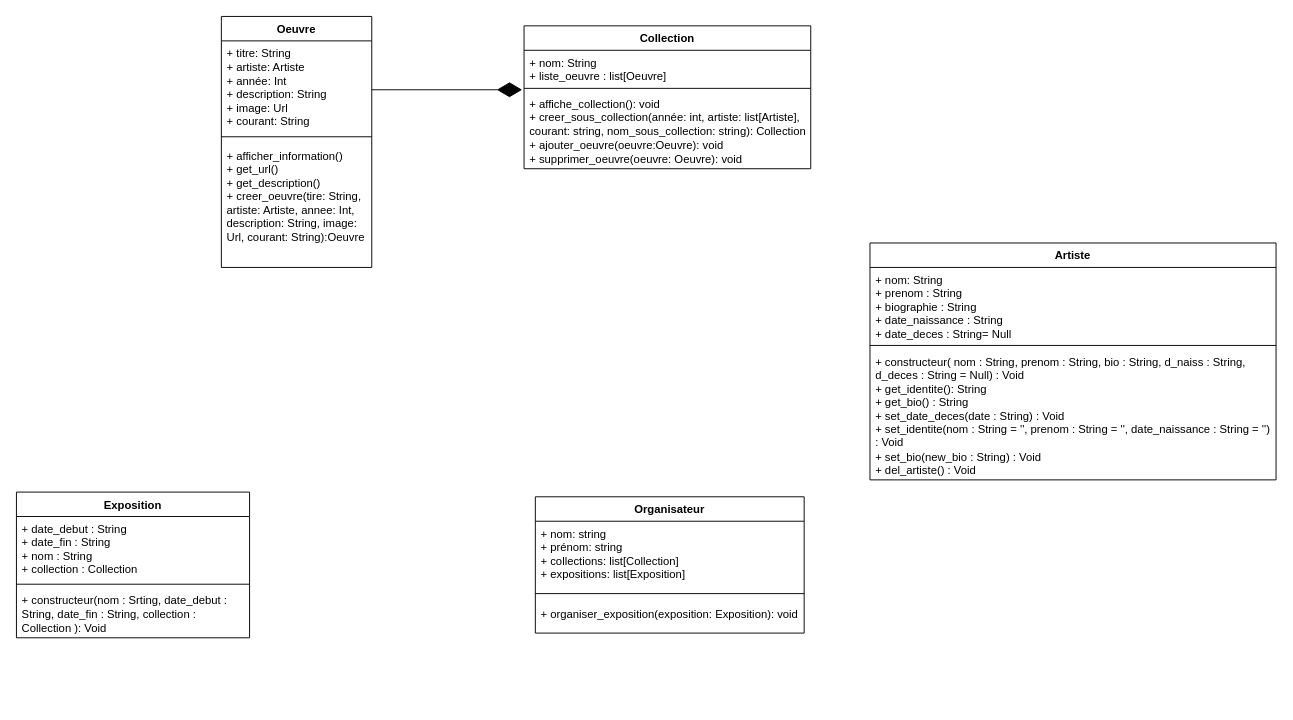
Before: artefile_uml.drawio in akbarNz/projet_dev_ba2, a draw.io diagram. Source tidied: cells renumbered, new cells numbered last; positions are measured from the earlier drawing's top-left corner, leaving out a move shared by most shapes. Both pictures are drawn from the tidied source at 94%, with x=0, y=0 at pixel (16, 16).
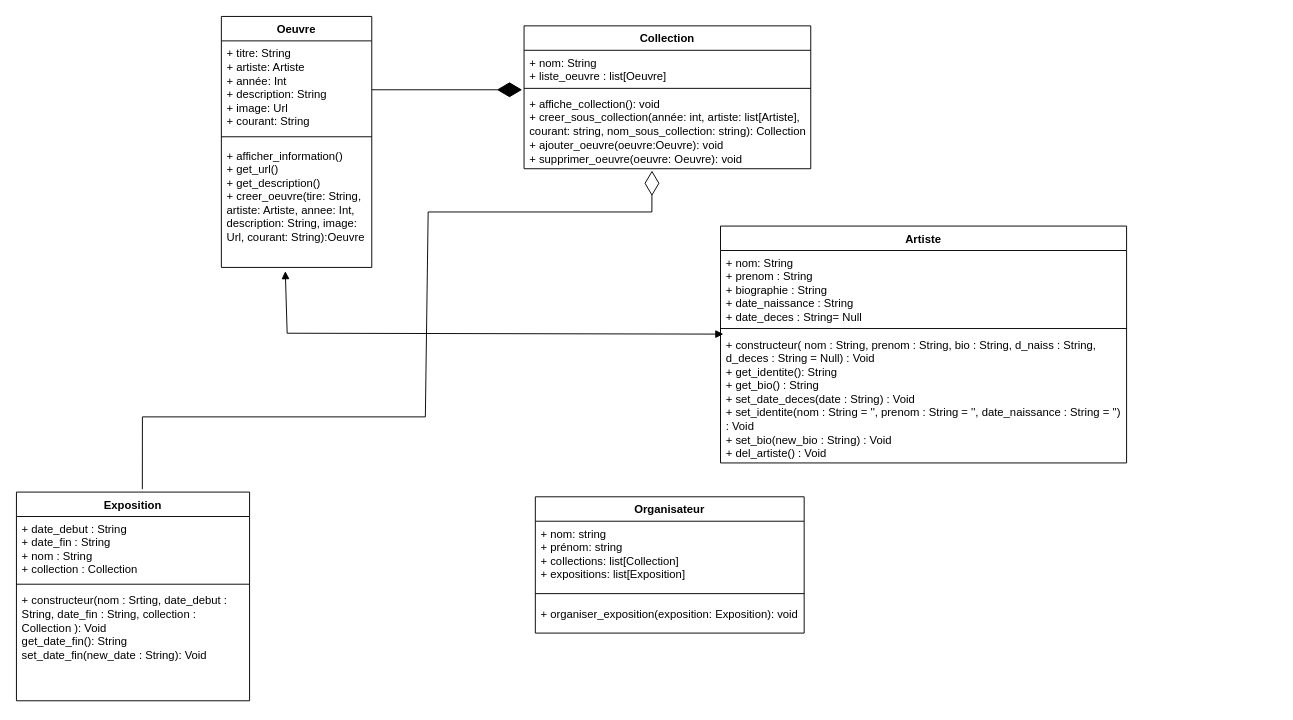
Above is the later version.

The change refers to these unchanged cells:
```xml
<mxCell id="5" value="+ afficher_information()&lt;div&gt;+ get_url()&lt;/div&gt;&lt;div&gt;+&amp;nbsp;&lt;span style=&quot;background-color: initial;&quot;&gt;get_description()&lt;/span&gt;&lt;/div&gt;&lt;div&gt;&lt;span style=&quot;background-color: initial;&quot;&gt;+ creer_oeuvre(tire: String, artiste: Artiste, annee: Int, description: String, image: Url, courant: String):Oeuvre&lt;/span&gt;&lt;/div&gt;" style="text;strokeColor=none;fillColor=none;align=left;verticalAlign=top;spacingLeft=4;spacingRight=4;overflow=hidden;points=[[0,0.5],[1,0.5]];portConstraint=eastwest;whiteSpace=wrap;html=1;" parent="2" vertex="1">
  <mxGeometry y="135" width="160" height="132" as="geometry" />
</mxCell>
<mxCell id="9" value="&lt;div&gt;+ constructeur( nom : String, prenom : String, bio : String, d_naiss : String, d_deces : String = Null) : Void&lt;br&gt;&lt;/div&gt;&lt;div&gt;+ get_identite(): String&lt;/div&gt;&lt;div&gt;+ get_bio() : String&lt;/div&gt;&lt;div&gt;+ set_date_deces(date : String) : Void&lt;/div&gt;&lt;div&gt;+ set_identite(nom : String = '', prenom : String = '', date_naissance : String = '') : Void&lt;/div&gt;&lt;div&gt;+ set_bio(new_bio : String) : Void&lt;/div&gt;&lt;div&gt;+ del_artiste() : Void&lt;br&gt;&lt;/div&gt;&lt;div&gt;&amp;nbsp;&lt;br&gt;&lt;/div&gt;" style="text;strokeColor=none;fillColor=none;align=left;verticalAlign=top;spacingLeft=4;spacingRight=4;overflow=hidden;points=[[0,0.5],[1,0.5]];portConstraint=eastwest;whiteSpace=wrap;html=1;" parent="6" vertex="1">
  <mxGeometry y="113" width="432" height="139" as="geometry" />
</mxCell>
```

Diff of the diagram source:
```diff
@@
     <mxCell id="6" value="Artiste" style="swimlane;fontStyle=1;align=center;verticalAlign=top;horizontal=1;startSize=26;whiteSpace=wrap;html=1;" parent="1" vertex="1">
-      <mxGeometry x="908" y="241" width="432" height="252" as="geometry" />
+      <mxGeometry x="749" y="223" width="432" height="252" as="geometry" />
     </mxCell>
@@
     <mxCell id="15" value="Exposition" style="swimlane;fontStyle=1;align=center;verticalAlign=top;horizontal=1;startSize=26;whiteSpace=wrap;html=1;" parent="1" vertex="1">
-      <mxGeometry y="506" width="248" height="155" as="geometry" />
+      <mxGeometry y="506" width="248" height="222" as="geometry" />
     </mxCell>
@@
-    <mxCell id="18" value="&lt;div&gt;+ constructeur(nom : Srting, date_debut : String, date_fin : String, collection : Collection ): Void&lt;/div&gt;&lt;div&gt;&lt;br&gt;&lt;/div&gt;&lt;div&gt;&lt;br&gt;&lt;/div&gt;" style="text;strokeColor=none;fillColor=none;align=left;verticalAlign=top;spacingLeft=4;spacingRight=4;overflow=hidden;whiteSpace=wrap;html=1;" parent="15" vertex="1">
-      <mxGeometry y="102" width="248" height="53" as="geometry" />
+    <mxCell id="18" value="&lt;div&gt;+ constructeur(nom : Srting, date_debut : String, date_fin : String, collection : Collection ): Void&lt;/div&gt;&lt;div&gt;get_date_fin(): String&lt;/div&gt;&lt;div&gt;set_date_fin(new_date : String): Void&lt;br&gt;&lt;/div&gt;&lt;div&gt;&lt;br&gt;&lt;/div&gt;&lt;div&gt;&lt;br&gt;&lt;/div&gt;" style="text;strokeColor=none;fillColor=none;align=left;verticalAlign=top;spacingLeft=4;spacingRight=4;overflow=hidden;whiteSpace=wrap;html=1;" parent="15" vertex="1">
+      <mxGeometry y="102" width="248" height="120" as="geometry" />
     </mxCell>
@@
+    <mxCell id="23" style="endArrow=diamondThin;endFill=0;endSize=24;html=1;rounded=0;exitX=0.54;exitY=-0.014;exitDx=0;exitDy=0;entryX=0.489;entryY=0.988;entryDx=0;entryDy=0;entryPerimeter=0;exitPerimeter=0;" parent="1" edge="1" source="15">
+      <mxGeometry relative="1" as="geometry">
+        <mxPoint x="676.1" y="164" as="targetPoint" />
+        <Array as="points">
+          <mxPoint x="134" y="426" />
+          <mxPoint x="435" y="426" />
+          <mxPoint x="438" y="208" />
+          <mxPoint x="676" y="208" />
+        </Array>
+      </mxGeometry>
+    </mxCell>
+    <mxCell id="24" style="endArrow=block;startArrow=block;endFill=1;startFill=1;html=1;rounded=0;exitX=0.425;exitY=1.03;exitDx=0;exitDy=0;exitPerimeter=0;entryX=0.007;entryY=0.014;entryDx=0;entryDy=0;entryPerimeter=0;" parent="1" edge="1" source="5" target="9">
+      <mxGeometry relative="1" as="geometry">
+        <Array as="points">
+          <mxPoint x="288" y="337" />
+        </Array>
+      </mxGeometry>
+    </mxCell>
```
